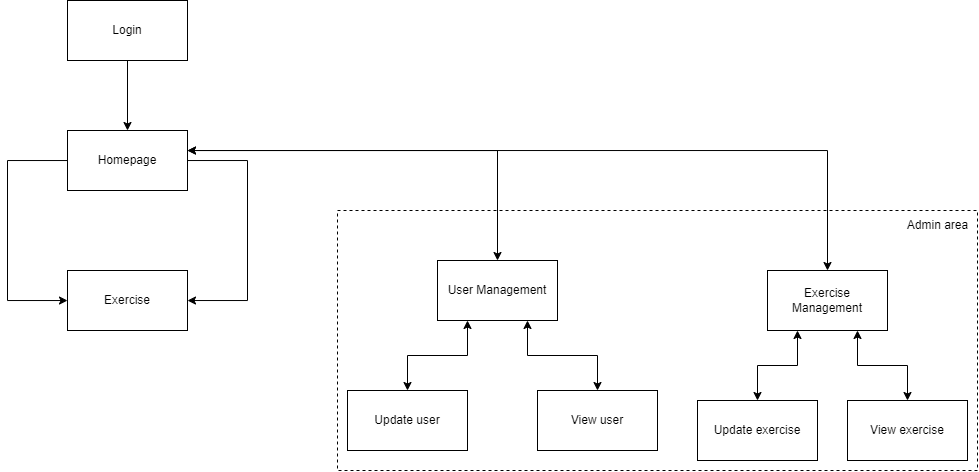
Before: design/sitemap.png, a diagram exported from draw.io (otto2048/honours-project). Source tidied: cells renumbered, new cells last; positions are measured from the earlier drawing's top-left corner, leaving out a move shared by most shapes.
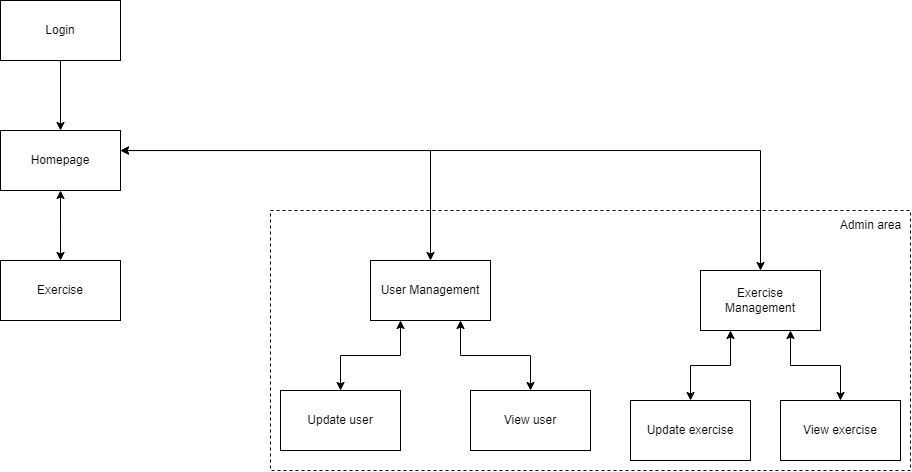
Later version of the same file.

The edit, as a diff of the source:
```diff
@@ -25,24 +25,16 @@
     <mxCell id="6" value="Homepage" style="rounded=0;whiteSpace=wrap;html=1;" parent="1" vertex="1">
       <mxGeometry x="60" y="130" width="120" height="60" as="geometry" />
     </mxCell>
-    <mxCell id="7" style="edgeStyle=orthogonalEdgeStyle;rounded=0;jettySize=auto;html=1;" parent="1" edge="1" source="6" target="9">
+    <mxCell id="7" style="edgeStyle=orthogonalEdgeStyle;rounded=0;jettySize=auto;html=1;startArrow=classic;startFill=1;" parent="1" edge="1" source="6" target="9">
       <mxGeometry relative="1" as="geometry">
         <Array as="points">
-          <mxPoint y="160" />
-          <mxPoint y="300" />
+          <mxPoint x="120" y="230" />
+          <mxPoint x="120" y="230" />
         </Array>
       </mxGeometry>
     </mxCell>
-    <mxCell id="8" style="edgeStyle=orthogonalEdgeStyle;rounded=0;jettySize=auto;html=1;" parent="1" edge="1" source="6" target="9">
-      <mxGeometry relative="1" as="geometry">
-        <Array as="points">
-          <mxPoint x="240" y="160" />
-          <mxPoint x="240" y="300" />
-        </Array>
-      </mxGeometry>
-    </mxCell>
     <mxCell id="9" value="Exercise" style="rounded=0;whiteSpace=wrap;html=1;" parent="1" vertex="1">
-      <mxGeometry x="60" y="270" width="120" height="60" as="geometry" />
+      <mxGeometry x="60" y="260" width="120" height="60" as="geometry" />
     </mxCell>
     <mxCell id="10" style="edgeStyle=orthogonalEdgeStyle;rounded=0;jettySize=auto;html=1;startArrow=classic;startFill=1;" parent="1" edge="1" source="12" target="14">
       <mxGeometry relative="1" as="geometry">
```
